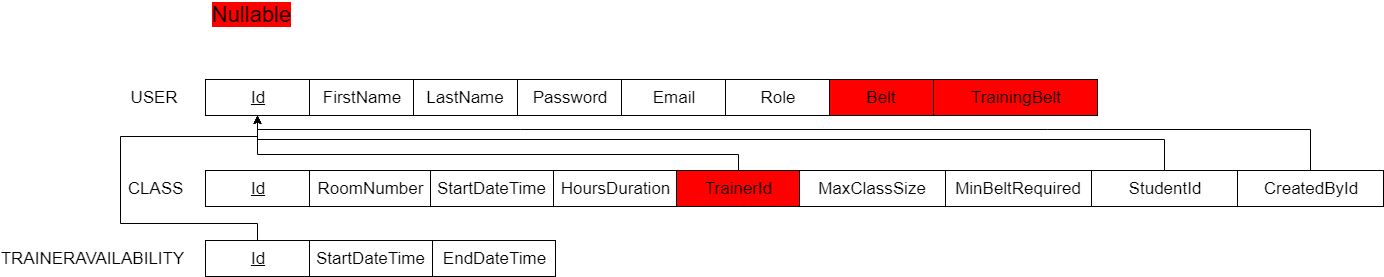
The draw.io diagram docs/database/table_design.png in KellyP5/Desktop-Gym-Scheduler, before a commit. Source tidied: cells renumbered, new cells last; positions are measured from the earlier drawing's top-left corner, leaving out a move shared by most shapes.
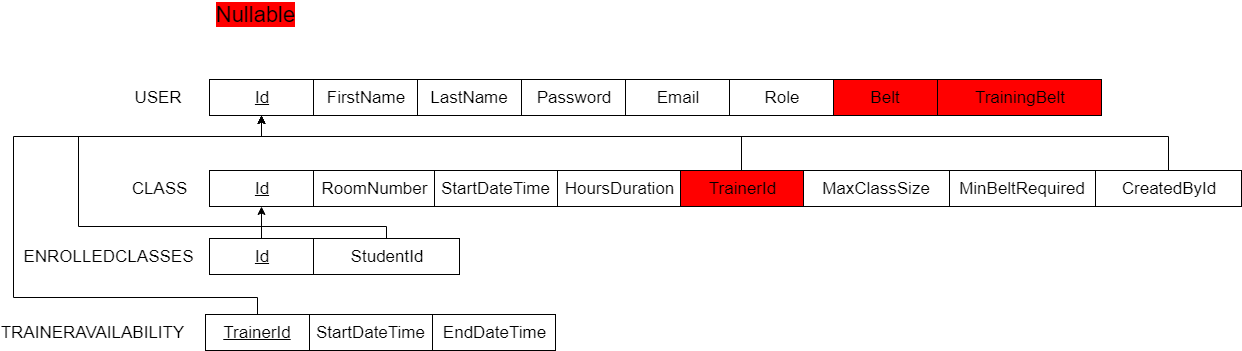
After the change.

Commit message:
Added EnrolledClasses table, changed some names as well

Change to the diagram source:
```diff
@@ -44,8 +44,8 @@
     <mxCell id="15" style="edgeStyle=orthogonalEdgeStyle;rounded=0;jettySize=auto;html=1;entryX=0.5;entryY=1;entryDx=0;entryDy=0;" parent="1" edge="1" source="16" target="3">
       <mxGeometry relative="1" as="geometry">
         <Array as="points">
-          <mxPoint x="667" y="150" />
-          <mxPoint x="186" y="150" />
+          <mxPoint x="666" y="132" />
+          <mxPoint x="186" y="132" />
         </Array>
       </mxGeometry>
     </mxCell>
@@ -62,37 +62,39 @@
       <mxGeometry x="728" y="166" width="146" height="36" as="geometry" />
     </mxCell>
     <mxCell id="20" value="&lt;span style=&quot;font-size: 17px&quot;&gt;TRAINERAVAILABILITY&lt;/span&gt;" style="text;html=1;strokeColor=none;fillColor=none;align=center;verticalAlign=middle;whiteSpace=wrap;rounded=0;" parent="1" vertex="1">
-      <mxGeometry y="244" width="40" height="20" as="geometry" />
+      <mxGeometry x="-4" y="318" width="40" height="20" as="geometry" />
     </mxCell>
     <mxCell id="21" style="edgeStyle=orthogonalEdgeStyle;rounded=0;jettySize=auto;html=1;entryX=0.5;entryY=1;entryDx=0;entryDy=0;" parent="1" edge="1" source="22" target="3">
       <mxGeometry relative="1" as="geometry">
         <Array as="points">
-          <mxPoint x="186" y="219" />
-          <mxPoint x="49" y="219" />
-          <mxPoint x="49" y="132" />
+          <mxPoint x="182" y="293" />
+          <mxPoint x="-62" y="293" />
+          <mxPoint x="-62" y="132" />
           <mxPoint x="186" y="132" />
         </Array>
       </mxGeometry>
     </mxCell>
-    <mxCell id="22" value="&lt;font style=&quot;font-size: 17px&quot;&gt;&lt;u&gt;Id&lt;/u&gt;&lt;/font&gt;" style="rounded=0;whiteSpace=wrap;html=1;" parent="1" vertex="1">
-      <mxGeometry x="134" y="236" width="104" height="36" as="geometry" />
+    <mxCell id="22" value="&lt;font style=&quot;font-size: 17px&quot;&gt;&lt;u&gt;TrainerId&lt;/u&gt;&lt;/font&gt;" style="rounded=0;whiteSpace=wrap;html=1;" parent="1" vertex="1">
+      <mxGeometry x="130" y="310" width="104" height="36" as="geometry" />
     </mxCell>
     <mxCell id="23" style="edgeStyle=orthogonalEdgeStyle;rounded=0;jettySize=auto;html=1;entryX=0.5;entryY=1;entryDx=0;entryDy=0;" parent="1" edge="1" source="24" target="3">
       <mxGeometry relative="1" as="geometry">
         <Array as="points">
-          <mxPoint x="1093" y="135" />
-          <mxPoint x="186" y="135" />
+          <mxPoint x="311" y="222" />
+          <mxPoint x="3" y="222" />
+          <mxPoint x="3" y="132" />
+          <mxPoint x="186" y="132" />
         </Array>
       </mxGeometry>
     </mxCell>
     <mxCell id="24" value="&lt;span style=&quot;font-size: 17px&quot;&gt;StudentId&lt;/span&gt;" style="rounded=0;whiteSpace=wrap;html=1;" parent="1" vertex="1">
-      <mxGeometry x="1020" y="166" width="146" height="36" as="geometry" />
+      <mxGeometry x="238" y="234" width="146" height="36" as="geometry" />
     </mxCell>
     <mxCell id="25" value="&lt;span style=&quot;font-size: 17px&quot;&gt;StartDateTime&lt;/span&gt;" style="rounded=0;whiteSpace=wrap;html=1;" parent="1" vertex="1">
-      <mxGeometry x="238" y="236" width="123" height="36" as="geometry" />
+      <mxGeometry x="234" y="310" width="123" height="36" as="geometry" />
     </mxCell>
     <mxCell id="26" value="&lt;span style=&quot;font-size: 17px&quot;&gt;EndDateTime&lt;/span&gt;" style="rounded=0;whiteSpace=wrap;html=1;" parent="1" vertex="1">
-      <mxGeometry x="361" y="236" width="123" height="36" as="geometry" />
+      <mxGeometry x="357" y="310" width="123" height="36" as="geometry" />
     </mxCell>
     <mxCell id="27" value="&lt;font style=&quot;font-size: 22px ; background-color: rgb(255 , 0 , 0)&quot;&gt;Nullable&lt;/font&gt;" style="text;html=1;strokeColor=none;fillColor=none;align=center;verticalAlign=middle;whiteSpace=wrap;rounded=0;strokeWidth=9;" parent="1" vertex="1">
       <mxGeometry x="159" width="40" height="20" as="geometry" />
@@ -100,13 +102,22 @@
     <mxCell id="28" style="edgeStyle=orthogonalEdgeStyle;rounded=0;jettySize=auto;html=1;entryX=0.5;entryY=1;entryDx=0;entryDy=0;" parent="1" edge="1" source="29" target="3">
       <mxGeometry relative="1" as="geometry">
         <Array as="points">
-          <mxPoint x="1239" y="125" />
-          <mxPoint x="186" y="125" />
+          <mxPoint x="1093" y="132" />
+          <mxPoint x="186" y="132" />
         </Array>
       </mxGeometry>
     </mxCell>
     <mxCell id="29" value="&lt;span style=&quot;font-size: 17px&quot;&gt;CreatedById&lt;/span&gt;" style="rounded=0;whiteSpace=wrap;html=1;" parent="1" vertex="1">
-      <mxGeometry x="1166" y="166" width="146" height="36" as="geometry" />
+      <mxGeometry x="1020" y="166" width="146" height="36" as="geometry" />
     </mxCell>
+    <mxCell id="30" value="&lt;span style=&quot;font-size: 17px&quot;&gt;ENROLLEDCLASSES&lt;br&gt;&lt;/span&gt;" style="text;html=1;strokeColor=none;fillColor=none;align=center;verticalAlign=middle;whiteSpace=wrap;rounded=0;" parent="1" vertex="1">
+      <mxGeometry x="13" y="242" width="40" height="20" as="geometry" />
+    </mxCell>
+    <mxCell id="31" style="rounded=0;jettySize=auto;html=1;" parent="1" edge="1" source="32" target="12">
+      <mxGeometry relative="1" as="geometry" />
+    </mxCell>
+    <mxCell id="32" value="&lt;font style=&quot;font-size: 17px&quot;&gt;&lt;u&gt;Id&lt;/u&gt;&lt;/font&gt;" style="rounded=0;whiteSpace=wrap;html=1;" parent="1" vertex="1">
+      <mxGeometry x="134" y="234" width="104" height="36" as="geometry" />
+    </mxCell>
   </root>
 </mxGraphModel>
```
